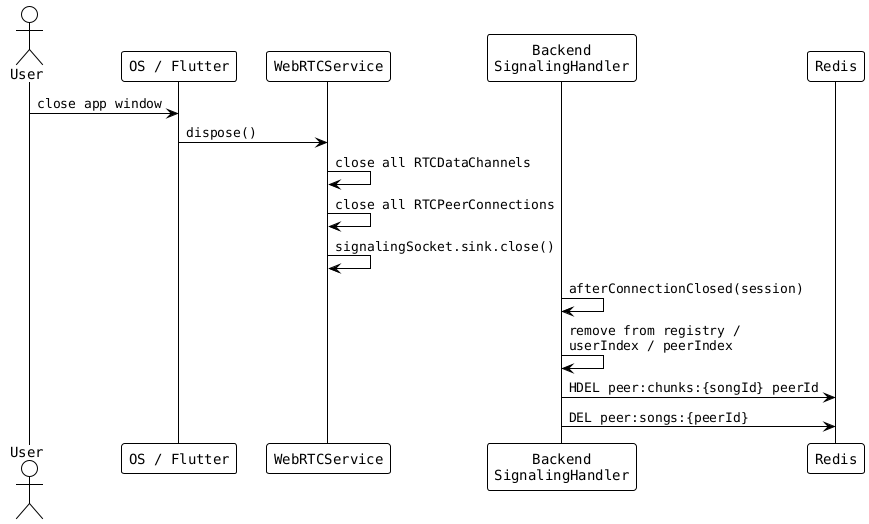
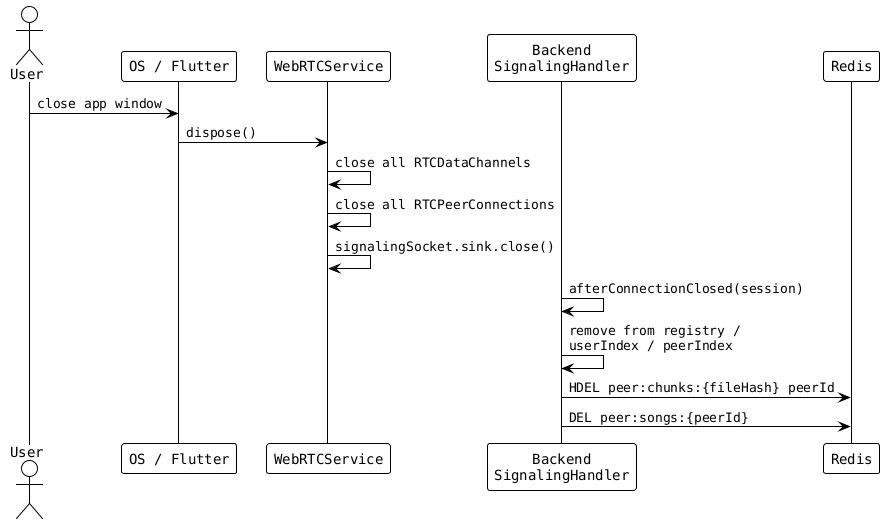
@startuml flow_app_quit_p2p
!theme plain
skinparam defaultFontName monospaced

actor User
participant "OS / Flutter" as os
participant "WebRTCService" as webrtc
participant "Backend\nSignalingHandler" as sigBackend
participant "Redis" as redis

User -> os: close app window

os -> webrtc: dispose()
webrtc -> webrtc: close all RTCDataChannels
webrtc -> webrtc: close all RTCPeerConnections
webrtc -> webrtc: signalingSocket.sink.close()

sigBackend -> sigBackend: afterConnectionClosed(session)
sigBackend -> sigBackend: remove from registry /\nuserIndex / peerIndex
- sigBackend -> redis: HDEL peer:chunks:{songId} peerId
+ sigBackend -> redis: HDEL peer:chunks:{fileHash} peerId
sigBackend -> redis: DEL peer:songs:{peerId}

@enduml
